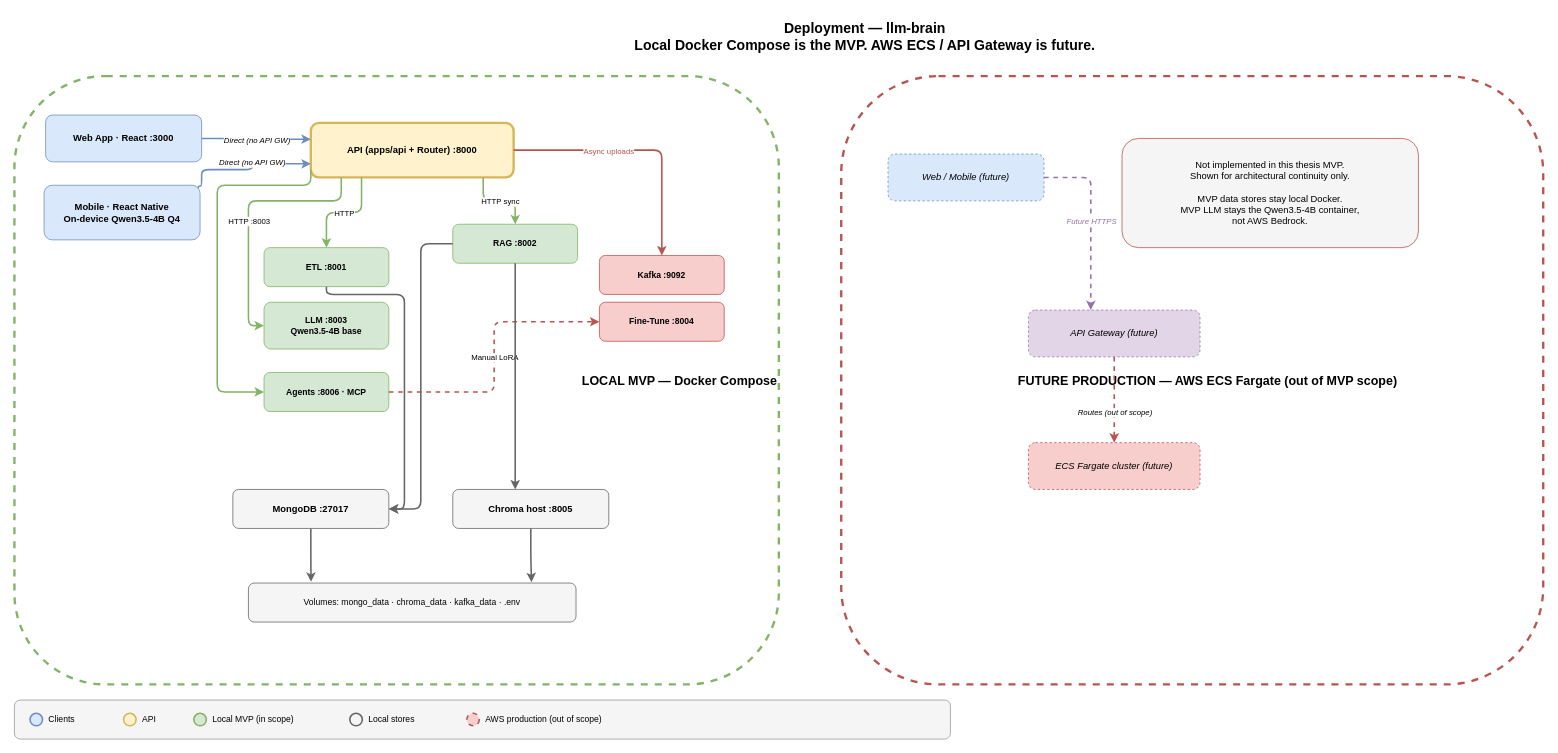
The draw.io diagram openspec/changes/objective-1-0-architecture-repo/output/diagrams/deployment.drawio in da-ros/llm-brain, before the edit. Source tidied: cells renumbered, new cells numbered last; positions are measured from the earlier drawing's top-left corner, leaving out a move shared by most shapes. Both pictures are drawn from the tidied source at 78%, with x=0, y=0 at pixel (14, 13).
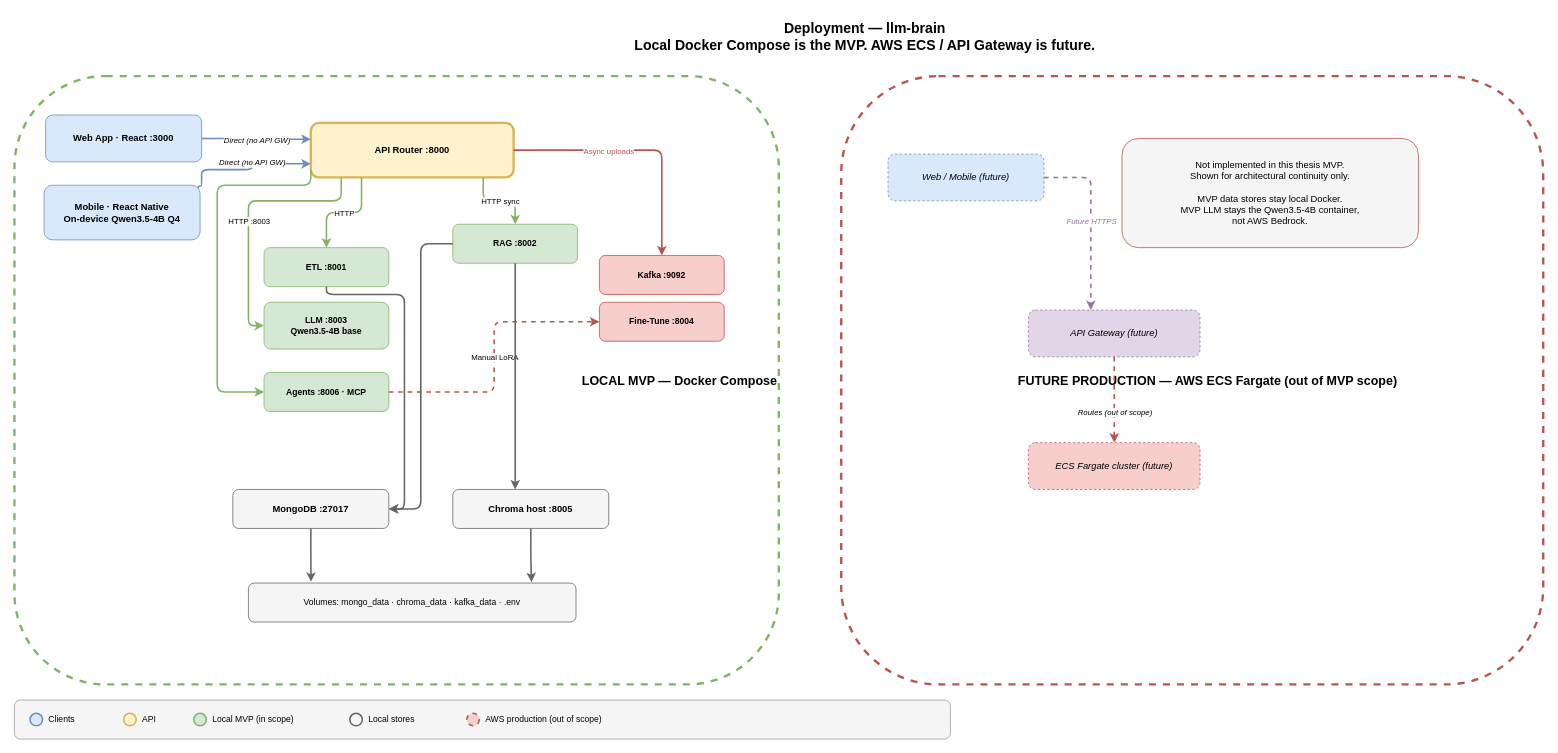
The same page after the edit.

Commit message (it also covers changes not shown here):
fix(openspec): update objective-1-0 to reflect microservices architecture

The edit, as a diff of the source:
```diff
@@
-    <mxCell id="6" value="API (apps/api + Router) :8000" style="rounded=1;whiteSpace=wrap;html=1;fillColor=#fff2cc;strokeColor=#d6b656;fontSize=12;fontStyle=1;strokeWidth=3;" parent="1" vertex="1">
+    <mxCell id="6" value="API Router :8000" style="rounded=1;whiteSpace=wrap;html=1;fillColor=#fff2cc;strokeColor=#d6b656;fontSize=12;fontStyle=1;strokeWidth=3;" parent="1" vertex="1">
       <mxGeometry x="380" y="140" width="260" height="70" as="geometry" />
     </mxCell>
```
